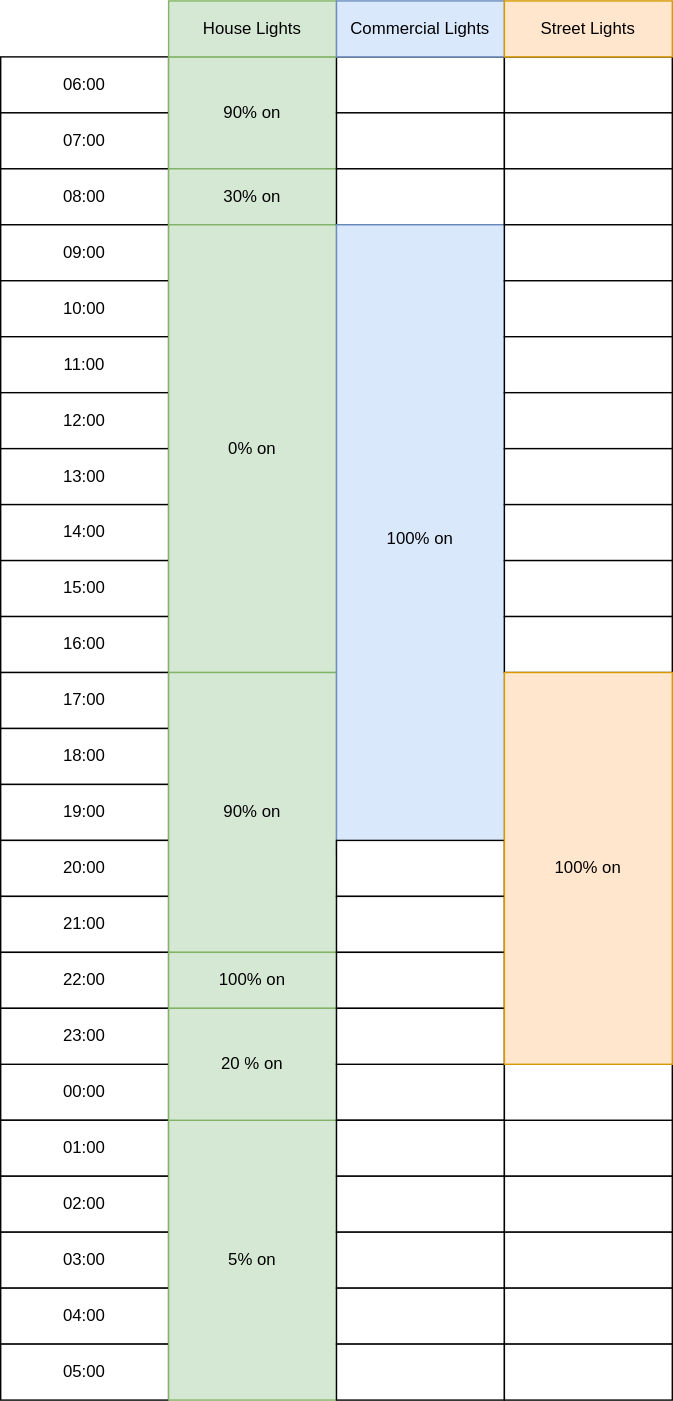
This is assets/light_time_table.drawio.svg from Dante1349/TGauge-ESP32-WebServer, a draw.io export, as it was before one commit. Source tidied: cells renumbered, new cells last; positions are measured from the earlier drawing's top-left corner, leaving out a move shared by most shapes. Source of this version:
```xml
<mxGraphModel>
  <root>
    <mxCell id="0" />
    <mxCell id="1" parent="0" />
    <mxCell id="2" value="00:00" style="rounded=0;whiteSpace=wrap;html=1;" parent="1" vertex="1">
      <mxGeometry y="760" width="120" height="40" as="geometry" />
    </mxCell>
    <mxCell id="3" value="01:00" style="rounded=0;whiteSpace=wrap;html=1;" parent="1" vertex="1">
      <mxGeometry y="800" width="120" height="40" as="geometry" />
    </mxCell>
    <mxCell id="4" value="02:00" style="rounded=0;whiteSpace=wrap;html=1;" parent="1" vertex="1">
      <mxGeometry y="840" width="120" height="40" as="geometry" />
    </mxCell>
    <mxCell id="5" value="03:00" style="rounded=0;whiteSpace=wrap;html=1;" parent="1" vertex="1">
      <mxGeometry y="880" width="120" height="40" as="geometry" />
    </mxCell>
    <mxCell id="6" value="04:00" style="rounded=0;whiteSpace=wrap;html=1;" parent="1" vertex="1">
      <mxGeometry y="920" width="120" height="40" as="geometry" />
    </mxCell>
    <mxCell id="7" value="05:00" style="rounded=0;whiteSpace=wrap;html=1;" parent="1" vertex="1">
      <mxGeometry y="960" width="120" height="40" as="geometry" />
    </mxCell>
    <mxCell id="8" value="06:00" style="rounded=0;whiteSpace=wrap;html=1;" parent="1" vertex="1">
      <mxGeometry y="40" width="120" height="40" as="geometry" />
    </mxCell>
    <mxCell id="9" value="07:00" style="rounded=0;whiteSpace=wrap;html=1;" parent="1" vertex="1">
      <mxGeometry y="80" width="120" height="40" as="geometry" />
    </mxCell>
    <mxCell id="10" value="08:00" style="rounded=0;whiteSpace=wrap;html=1;" parent="1" vertex="1">
      <mxGeometry y="120" width="120" height="40" as="geometry" />
    </mxCell>
    <mxCell id="11" value="09:00" style="rounded=0;whiteSpace=wrap;html=1;" parent="1" vertex="1">
      <mxGeometry y="160" width="120" height="40" as="geometry" />
    </mxCell>
    <mxCell id="12" value="10:00" style="rounded=0;whiteSpace=wrap;html=1;" parent="1" vertex="1">
      <mxGeometry y="200" width="120" height="40" as="geometry" />
    </mxCell>
    <mxCell id="13" value="11:00" style="rounded=0;whiteSpace=wrap;html=1;" parent="1" vertex="1">
      <mxGeometry y="240" width="120" height="40" as="geometry" />
    </mxCell>
    <mxCell id="14" value="12:00" style="rounded=0;whiteSpace=wrap;html=1;" parent="1" vertex="1">
      <mxGeometry y="280" width="120" height="40" as="geometry" />
    </mxCell>
    <mxCell id="15" value="13:00" style="rounded=0;whiteSpace=wrap;html=1;" parent="1" vertex="1">
      <mxGeometry y="320" width="120" height="40" as="geometry" />
    </mxCell>
    <mxCell id="16" value="14:00" style="rounded=0;whiteSpace=wrap;html=1;" parent="1" vertex="1">
      <mxGeometry y="360" width="120" height="40" as="geometry" />
    </mxCell>
    <mxCell id="17" value="15:00" style="rounded=0;whiteSpace=wrap;html=1;" parent="1" vertex="1">
      <mxGeometry y="400" width="120" height="40" as="geometry" />
    </mxCell>
    <mxCell id="18" value="16:00" style="rounded=0;whiteSpace=wrap;html=1;" parent="1" vertex="1">
      <mxGeometry y="440" width="120" height="40" as="geometry" />
    </mxCell>
    <mxCell id="19" value="17:00" style="rounded=0;whiteSpace=wrap;html=1;" parent="1" vertex="1">
      <mxGeometry y="480" width="120" height="40" as="geometry" />
    </mxCell>
    <mxCell id="20" value="18:00" style="rounded=0;whiteSpace=wrap;html=1;" parent="1" vertex="1">
      <mxGeometry y="520" width="120" height="40" as="geometry" />
    </mxCell>
    <mxCell id="21" value="19:00" style="rounded=0;whiteSpace=wrap;html=1;" parent="1" vertex="1">
      <mxGeometry y="560" width="120" height="40" as="geometry" />
    </mxCell>
    <mxCell id="22" value="20:00" style="rounded=0;whiteSpace=wrap;html=1;" parent="1" vertex="1">
      <mxGeometry y="600" width="120" height="40" as="geometry" />
    </mxCell>
    <mxCell id="23" value="21:00" style="rounded=0;whiteSpace=wrap;html=1;" parent="1" vertex="1">
      <mxGeometry y="640" width="120" height="40" as="geometry" />
    </mxCell>
    <mxCell id="24" value="22:00" style="rounded=0;whiteSpace=wrap;html=1;" parent="1" vertex="1">
      <mxGeometry y="680" width="120" height="40" as="geometry" />
    </mxCell>
    <mxCell id="25" value="23:00" style="rounded=0;whiteSpace=wrap;html=1;" parent="1" vertex="1">
      <mxGeometry y="720" width="120" height="40" as="geometry" />
    </mxCell>
    <mxCell id="26" value="5% on" style="rounded=0;whiteSpace=wrap;html=1;fillColor=#d5e8d4;strokeColor=#82b366;" parent="1" vertex="1">
      <mxGeometry x="120" y="800" width="120" height="200" as="geometry" />
    </mxCell>
    <mxCell id="27" value="90% on" style="rounded=0;whiteSpace=wrap;html=1;fillColor=#d5e8d4;strokeColor=#82b366;" parent="1" vertex="1">
      <mxGeometry x="120" y="40" width="120" height="80" as="geometry" />
    </mxCell>
    <mxCell id="28" value="30% on" style="rounded=0;whiteSpace=wrap;html=1;fillColor=#d5e8d4;strokeColor=#82b366;" parent="1" vertex="1">
      <mxGeometry x="120" y="120" width="120" height="40" as="geometry" />
    </mxCell>
    <mxCell id="29" value="0% on" style="rounded=0;whiteSpace=wrap;html=1;fillColor=#d5e8d4;strokeColor=#82b366;" parent="1" vertex="1">
      <mxGeometry x="120" y="160" width="120" height="320" as="geometry" />
    </mxCell>
    <mxCell id="30" value="90% on" style="rounded=0;whiteSpace=wrap;html=1;fillColor=#d5e8d4;strokeColor=#82b366;" parent="1" vertex="1">
      <mxGeometry x="120" y="480" width="120" height="200" as="geometry" />
    </mxCell>
    <mxCell id="31" value="100% on" style="rounded=0;whiteSpace=wrap;html=1;fillColor=#d5e8d4;strokeColor=#82b366;" parent="1" vertex="1">
      <mxGeometry x="120" y="680" width="120" height="40" as="geometry" />
    </mxCell>
    <mxCell id="32" value="20 % on" style="rounded=0;whiteSpace=wrap;html=1;fillColor=#d5e8d4;strokeColor=#82b366;" parent="1" vertex="1">
      <mxGeometry x="120" y="720" width="120" height="80" as="geometry" />
    </mxCell>
    <mxCell id="33" style="rounded=0;whiteSpace=wrap;html=1;" parent="1" vertex="1">
      <mxGeometry x="240" y="760" width="120" height="40" as="geometry" />
    </mxCell>
    <mxCell id="34" style="rounded=0;whiteSpace=wrap;html=1;" parent="1" vertex="1">
      <mxGeometry x="240" y="800" width="120" height="40" as="geometry" />
    </mxCell>
    <mxCell id="35" style="rounded=0;whiteSpace=wrap;html=1;" parent="1" vertex="1">
      <mxGeometry x="240" y="840" width="120" height="40" as="geometry" />
    </mxCell>
    <mxCell id="36" style="rounded=0;whiteSpace=wrap;html=1;" parent="1" vertex="1">
      <mxGeometry x="240" y="880" width="120" height="40" as="geometry" />
    </mxCell>
    <mxCell id="37" style="rounded=0;whiteSpace=wrap;html=1;" parent="1" vertex="1">
      <mxGeometry x="240" y="920" width="120" height="40" as="geometry" />
    </mxCell>
    <mxCell id="38" style="rounded=0;whiteSpace=wrap;html=1;" parent="1" vertex="1">
      <mxGeometry x="240" y="960" width="120" height="40" as="geometry" />
    </mxCell>
    <mxCell id="39" style="rounded=0;whiteSpace=wrap;html=1;" parent="1" vertex="1">
      <mxGeometry x="240" y="40" width="120" height="40" as="geometry" />
    </mxCell>
    <mxCell id="40" style="rounded=0;whiteSpace=wrap;html=1;" parent="1" vertex="1">
      <mxGeometry x="240" y="80" width="120" height="40" as="geometry" />
    </mxCell>
    <mxCell id="41" style="rounded=0;whiteSpace=wrap;html=1;" parent="1" vertex="1">
      <mxGeometry x="240" y="120" width="120" height="40" as="geometry" />
    </mxCell>
    <mxCell id="42" value="100% on" style="rounded=0;whiteSpace=wrap;html=1;fillColor=#dae8fc;strokeColor=#6c8ebf;" parent="1" vertex="1">
      <mxGeometry x="240" y="160" width="120" height="450" as="geometry" />
    </mxCell>
    <mxCell id="43" style="rounded=0;whiteSpace=wrap;html=1;" parent="1" vertex="1">
      <mxGeometry x="240" y="600" width="120" height="40" as="geometry" />
    </mxCell>
    <mxCell id="44" style="rounded=0;whiteSpace=wrap;html=1;" parent="1" vertex="1">
      <mxGeometry x="240" y="640" width="120" height="40" as="geometry" />
    </mxCell>
    <mxCell id="45" style="rounded=0;whiteSpace=wrap;html=1;" parent="1" vertex="1">
      <mxGeometry x="240" y="680" width="120" height="40" as="geometry" />
    </mxCell>
    <mxCell id="46" style="rounded=0;whiteSpace=wrap;html=1;" parent="1" vertex="1">
      <mxGeometry x="240" y="720" width="120" height="40" as="geometry" />
    </mxCell>
    <mxCell id="47" style="rounded=0;whiteSpace=wrap;html=1;" parent="1" vertex="1">
      <mxGeometry x="360" y="800" width="120" height="40" as="geometry" />
    </mxCell>
    <mxCell id="48" style="rounded=0;whiteSpace=wrap;html=1;" parent="1" vertex="1">
      <mxGeometry x="360" y="840" width="120" height="40" as="geometry" />
    </mxCell>
    <mxCell id="49" style="rounded=0;whiteSpace=wrap;html=1;" parent="1" vertex="1">
      <mxGeometry x="360" y="880" width="120" height="40" as="geometry" />
    </mxCell>
    <mxCell id="50" style="rounded=0;whiteSpace=wrap;html=1;" parent="1" vertex="1">
      <mxGeometry x="360" y="920" width="120" height="40" as="geometry" />
    </mxCell>
    <mxCell id="51" style="rounded=0;whiteSpace=wrap;html=1;" parent="1" vertex="1">
      <mxGeometry x="360" y="960" width="120" height="40" as="geometry" />
    </mxCell>
    <mxCell id="52" style="rounded=0;whiteSpace=wrap;html=1;" parent="1" vertex="1">
      <mxGeometry x="360" y="40" width="120" height="40" as="geometry" />
    </mxCell>
    <mxCell id="53" style="rounded=0;whiteSpace=wrap;html=1;" parent="1" vertex="1">
      <mxGeometry x="360" y="80" width="120" height="40" as="geometry" />
    </mxCell>
    <mxCell id="54" style="rounded=0;whiteSpace=wrap;html=1;" parent="1" vertex="1">
      <mxGeometry x="360" y="120" width="120" height="40" as="geometry" />
    </mxCell>
    <mxCell id="55" style="rounded=0;whiteSpace=wrap;html=1;" parent="1" vertex="1">
      <mxGeometry x="360" y="160" width="120" height="40" as="geometry" />
    </mxCell>
    <mxCell id="56" style="rounded=0;whiteSpace=wrap;html=1;" parent="1" vertex="1">
      <mxGeometry x="360" y="200" width="120" height="40" as="geometry" />
    </mxCell>
    <mxCell id="57" style="rounded=0;whiteSpace=wrap;html=1;" parent="1" vertex="1">
      <mxGeometry x="360" y="240" width="120" height="40" as="geometry" />
    </mxCell>
    <mxCell id="58" style="rounded=0;whiteSpace=wrap;html=1;" parent="1" vertex="1">
      <mxGeometry x="360" y="280" width="120" height="40" as="geometry" />
    </mxCell>
    <mxCell id="59" style="rounded=0;whiteSpace=wrap;html=1;" parent="1" vertex="1">
      <mxGeometry x="360" y="320" width="120" height="40" as="geometry" />
    </mxCell>
    <mxCell id="60" style="rounded=0;whiteSpace=wrap;html=1;" parent="1" vertex="1">
      <mxGeometry x="360" y="360" width="120" height="40" as="geometry" />
    </mxCell>
    <mxCell id="61" style="rounded=0;whiteSpace=wrap;html=1;" parent="1" vertex="1">
      <mxGeometry x="360" y="400" width="120" height="40" as="geometry" />
    </mxCell>
    <mxCell id="62" style="rounded=0;whiteSpace=wrap;html=1;" parent="1" vertex="1">
      <mxGeometry x="360" y="440" width="120" height="40" as="geometry" />
    </mxCell>
    <mxCell id="63" value="House Lights" style="rounded=0;whiteSpace=wrap;html=1;fillColor=#d5e8d4;strokeColor=#82b366;" parent="1" vertex="1">
      <mxGeometry x="120" width="120" height="40" as="geometry" />
    </mxCell>
    <mxCell id="64" value="Commercial Lights" style="rounded=0;whiteSpace=wrap;html=1;fillColor=#dae8fc;strokeColor=#6c8ebf;" parent="1" vertex="1">
      <mxGeometry x="240" width="120" height="40" as="geometry" />
    </mxCell>
    <mxCell id="65" value="Street Lights" style="rounded=0;whiteSpace=wrap;html=1;fillColor=#ffe6cc;strokeColor=#d79b00;" parent="1" vertex="1">
      <mxGeometry x="360" width="120" height="40" as="geometry" />
    </mxCell>
    <mxCell id="66" style="rounded=0;whiteSpace=wrap;html=1;" parent="1" vertex="1">
      <mxGeometry x="360" y="760" width="120" height="40" as="geometry" />
    </mxCell>
    <mxCell id="67" value="100% on" style="rounded=0;whiteSpace=wrap;html=1;fillColor=#ffe6cc;strokeColor=#d79b00;" parent="1" vertex="1">
      <mxGeometry x="360" y="480" width="120" height="280" as="geometry" />
    </mxCell>
  </root>
</mxGraphModel>
```
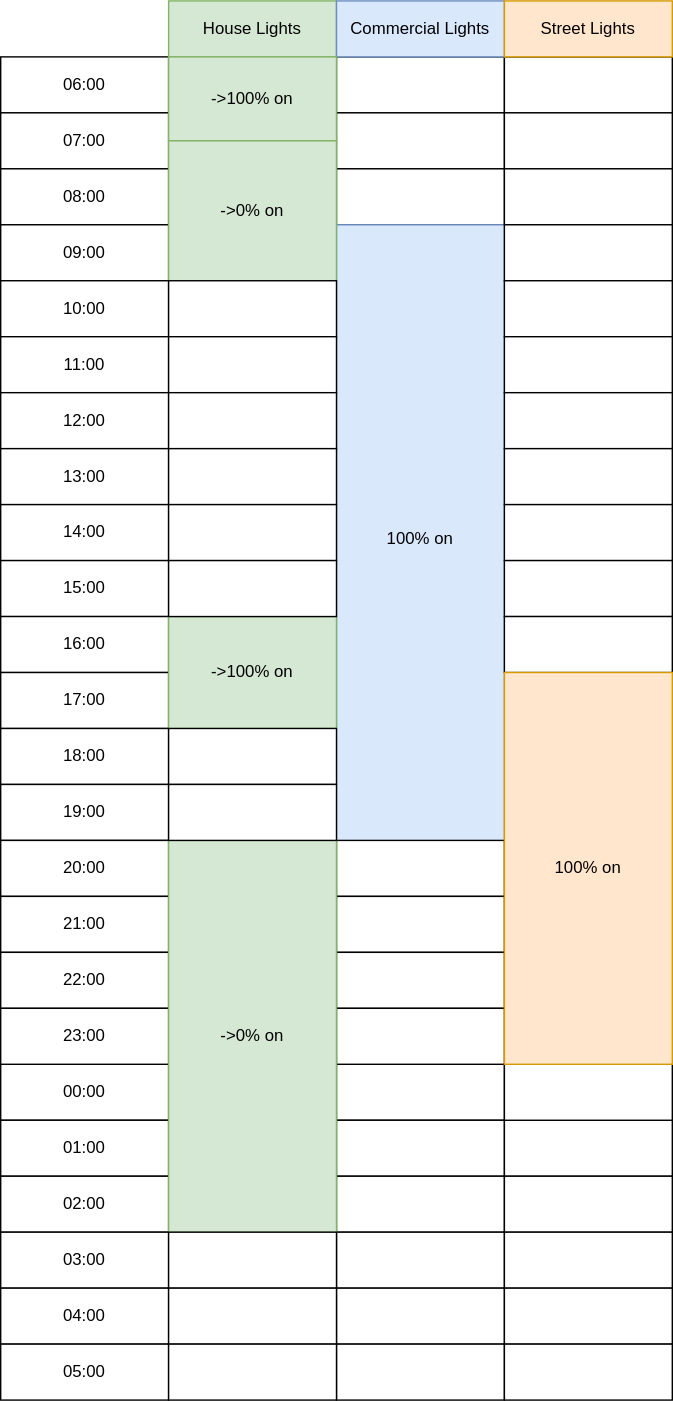
Above is the later version.

Diff of the diagram source:
```diff
@@ -74,27 +74,6 @@
     <mxCell id="25" value="23:00" style="rounded=0;whiteSpace=wrap;html=1;" parent="1" vertex="1">
       <mxGeometry y="720" width="120" height="40" as="geometry" />
     </mxCell>
-    <mxCell id="26" value="5% on" style="rounded=0;whiteSpace=wrap;html=1;fillColor=#d5e8d4;strokeColor=#82b366;" parent="1" vertex="1">
-      <mxGeometry x="120" y="800" width="120" height="200" as="geometry" />
-    </mxCell>
-    <mxCell id="27" value="90% on" style="rounded=0;whiteSpace=wrap;html=1;fillColor=#d5e8d4;strokeColor=#82b366;" parent="1" vertex="1">
-      <mxGeometry x="120" y="40" width="120" height="80" as="geometry" />
-    </mxCell>
-    <mxCell id="28" value="30% on" style="rounded=0;whiteSpace=wrap;html=1;fillColor=#d5e8d4;strokeColor=#82b366;" parent="1" vertex="1">
-      <mxGeometry x="120" y="120" width="120" height="40" as="geometry" />
-    </mxCell>
-    <mxCell id="29" value="0% on" style="rounded=0;whiteSpace=wrap;html=1;fillColor=#d5e8d4;strokeColor=#82b366;" parent="1" vertex="1">
-      <mxGeometry x="120" y="160" width="120" height="320" as="geometry" />
-    </mxCell>
-    <mxCell id="30" value="90% on" style="rounded=0;whiteSpace=wrap;html=1;fillColor=#d5e8d4;strokeColor=#82b366;" parent="1" vertex="1">
-      <mxGeometry x="120" y="480" width="120" height="200" as="geometry" />
-    </mxCell>
-    <mxCell id="31" value="100% on" style="rounded=0;whiteSpace=wrap;html=1;fillColor=#d5e8d4;strokeColor=#82b366;" parent="1" vertex="1">
-      <mxGeometry x="120" y="680" width="120" height="40" as="geometry" />
-    </mxCell>
-    <mxCell id="32" value="20 % on" style="rounded=0;whiteSpace=wrap;html=1;fillColor=#d5e8d4;strokeColor=#82b366;" parent="1" vertex="1">
-      <mxGeometry x="120" y="720" width="120" height="80" as="geometry" />
-    </mxCell>
     <mxCell id="33" style="rounded=0;whiteSpace=wrap;html=1;" parent="1" vertex="1">
       <mxGeometry x="240" y="760" width="120" height="40" as="geometry" />
     </mxCell>
@@ -200,5 +179,50 @@
     <mxCell id="67" value="100% on" style="rounded=0;whiteSpace=wrap;html=1;fillColor=#ffe6cc;strokeColor=#d79b00;" parent="1" vertex="1">
       <mxGeometry x="360" y="480" width="120" height="280" as="geometry" />
     </mxCell>
+    <mxCell id="68" value="-&amp;gt;100% on" style="rounded=0;whiteSpace=wrap;html=1;fillColor=#d5e8d4;strokeColor=#82b366;" parent="1" vertex="1">
+      <mxGeometry x="120" y="40" width="120" height="60" as="geometry" />
+    </mxCell>
+    <mxCell id="69" value="-&amp;gt;0% on" style="rounded=0;whiteSpace=wrap;html=1;fillColor=#d5e8d4;strokeColor=#82b366;" parent="1" vertex="1">
+      <mxGeometry x="120" y="100" width="120" height="100" as="geometry" />
+    </mxCell>
+    <mxCell id="70" value="-&amp;gt;100% on" style="rounded=0;whiteSpace=wrap;html=1;fillColor=#d5e8d4;strokeColor=#82b366;" parent="1" vertex="1">
+      <mxGeometry x="120" y="440" width="120" height="80" as="geometry" />
+    </mxCell>
+    <mxCell id="71" value="-&amp;gt;0% on" style="rounded=0;whiteSpace=wrap;html=1;fillColor=#d5e8d4;strokeColor=#82b366;" parent="1" vertex="1">
+      <mxGeometry x="120" y="600" width="120" height="280" as="geometry" />
+    </mxCell>
+    <mxCell id="72" style="rounded=0;whiteSpace=wrap;html=1;" parent="1" vertex="1">
+      <mxGeometry x="120" y="880" width="120" height="40" as="geometry" />
+    </mxCell>
+    <mxCell id="73" style="rounded=0;whiteSpace=wrap;html=1;" parent="1" vertex="1">
+      <mxGeometry x="120" y="920" width="120" height="40" as="geometry" />
+    </mxCell>
+    <mxCell id="74" style="rounded=0;whiteSpace=wrap;html=1;" parent="1" vertex="1">
+      <mxGeometry x="120" y="960" width="120" height="40" as="geometry" />
+    </mxCell>
+    <mxCell id="75" style="rounded=0;whiteSpace=wrap;html=1;" parent="1" vertex="1">
+      <mxGeometry x="120" y="200" width="120" height="40" as="geometry" />
+    </mxCell>
+    <mxCell id="76" style="rounded=0;whiteSpace=wrap;html=1;" parent="1" vertex="1">
+      <mxGeometry x="120" y="240" width="120" height="40" as="geometry" />
+    </mxCell>
+    <mxCell id="77" style="rounded=0;whiteSpace=wrap;html=1;" parent="1" vertex="1">
+      <mxGeometry x="120" y="280" width="120" height="40" as="geometry" />
+    </mxCell>
+    <mxCell id="78" style="rounded=0;whiteSpace=wrap;html=1;" parent="1" vertex="1">
+      <mxGeometry x="120" y="320" width="120" height="40" as="geometry" />
+    </mxCell>
+    <mxCell id="79" style="rounded=0;whiteSpace=wrap;html=1;" parent="1" vertex="1">
+      <mxGeometry x="120" y="360" width="120" height="40" as="geometry" />
+    </mxCell>
+    <mxCell id="80" style="rounded=0;whiteSpace=wrap;html=1;" parent="1" vertex="1">
+      <mxGeometry x="120" y="400" width="120" height="40" as="geometry" />
+    </mxCell>
+    <mxCell id="81" style="rounded=0;whiteSpace=wrap;html=1;" parent="1" vertex="1">
+      <mxGeometry x="120" y="520" width="120" height="40" as="geometry" />
+    </mxCell>
+    <mxCell id="82" style="rounded=0;whiteSpace=wrap;html=1;" parent="1" vertex="1">
+      <mxGeometry x="120" y="560" width="120" height="40" as="geometry" />
+    </mxCell>
   </root>
 </mxGraphModel>
```
